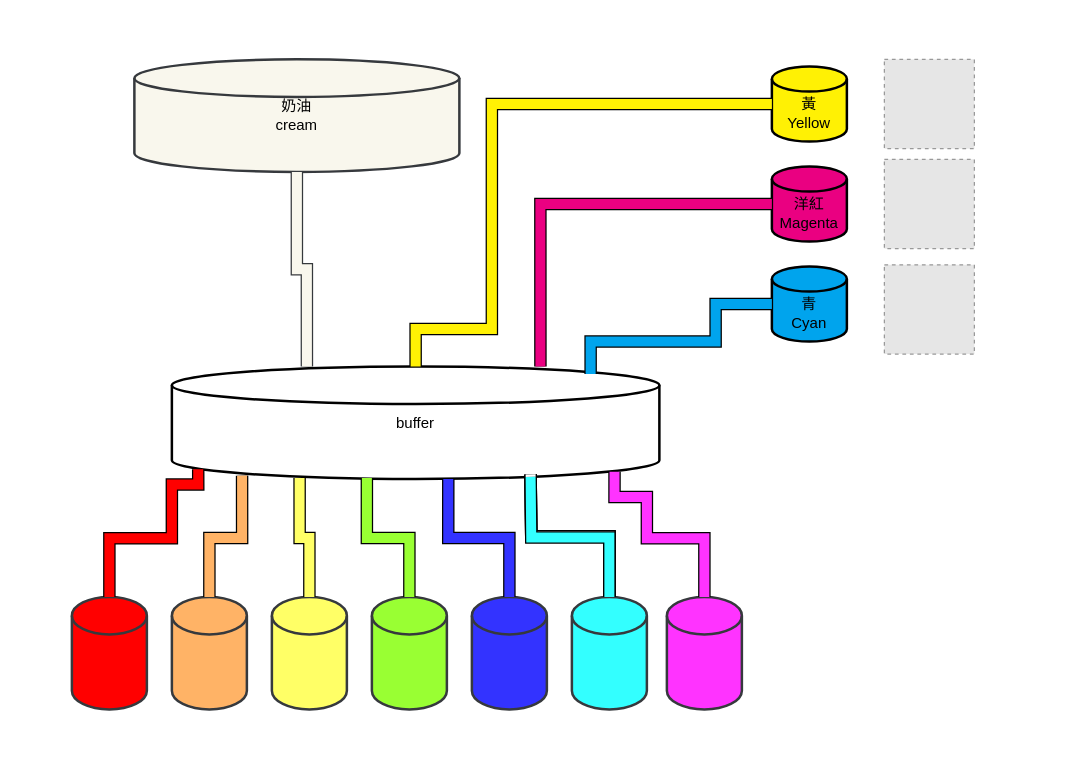
This is 奶油配色.drawio from nelsonchung/idoicakework, a draw.io file, before an edit. Source tidied: cells renumbered, new cells numbered last; positions are measured from the earlier drawing's top-left corner, leaving out a move shared by most shapes. Both pictures are drawn from the tidied source at 125%, with x=0, y=0 at pixel (71, 59). Pictures stored in the file or linked from it are replaced by grey dashed boxes.
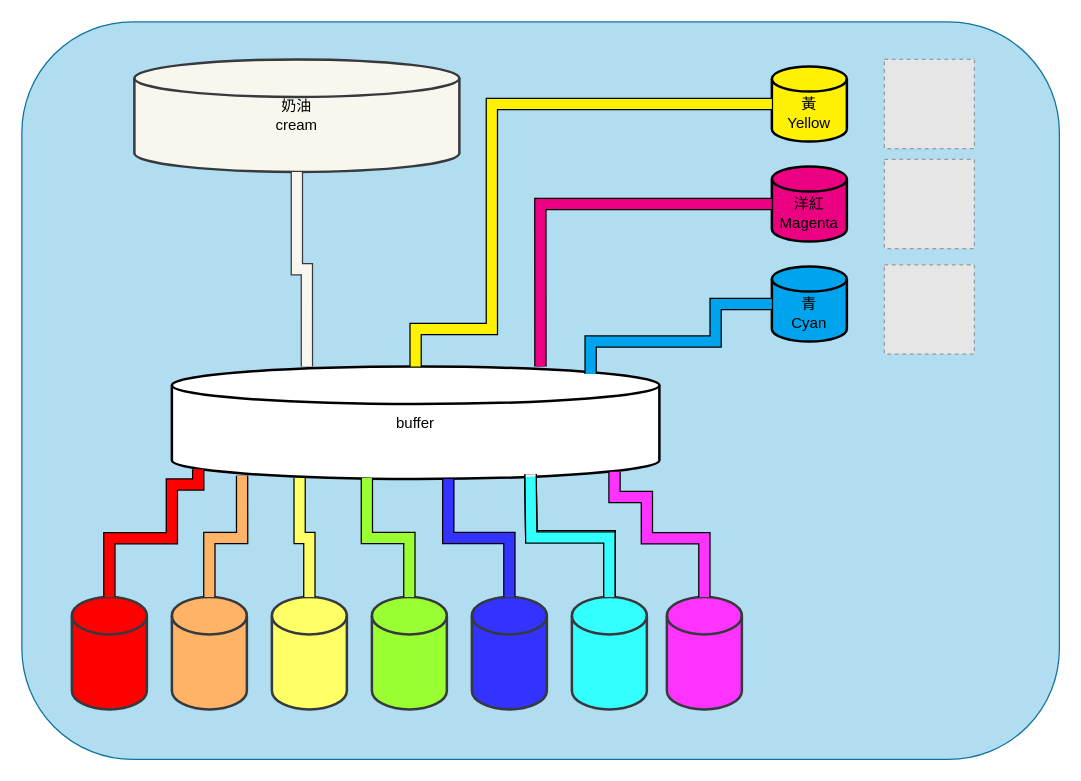
The same page after the edit.

Commit message:
更新奶油配色.drawio

What changed in the source:
```diff
@@
+    <mxCell id="31" style="rounded=1;whiteSpace=wrap;html=1;fillColor=#b1ddf0;strokeColor=#10739e;" parent="1" vertex="1">
+      <mxGeometry x="-40" y="-30" width="830" height="590" as="geometry" />
+    </mxCell>
```
